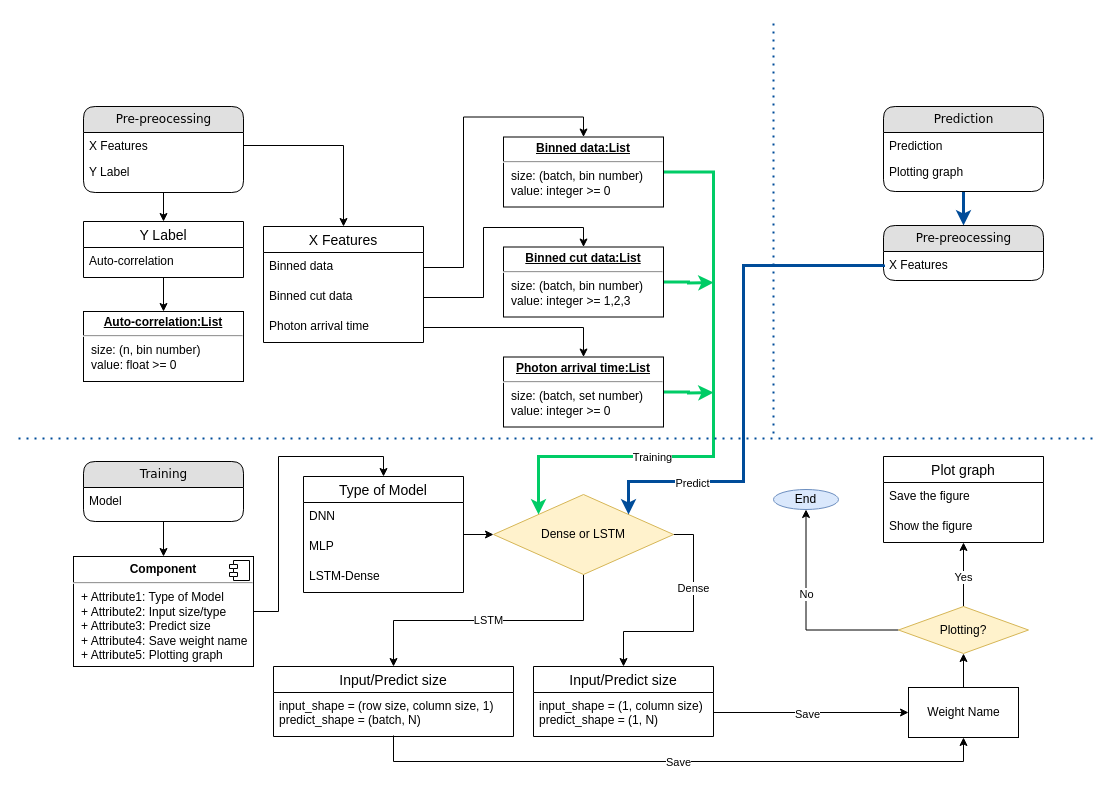
The draw.io diagram Untitled Diagram.drawio in MingNarongthat/FCCS_Prediction, before the edit. Source tidied: cells renumbered, new cells numbered last; positions are measured from the earlier drawing's top-left corner, leaving out a move shared by most shapes. Both pictures are drawn from the tidied source at 100%, with x=0, y=0 at pixel (18, 18).
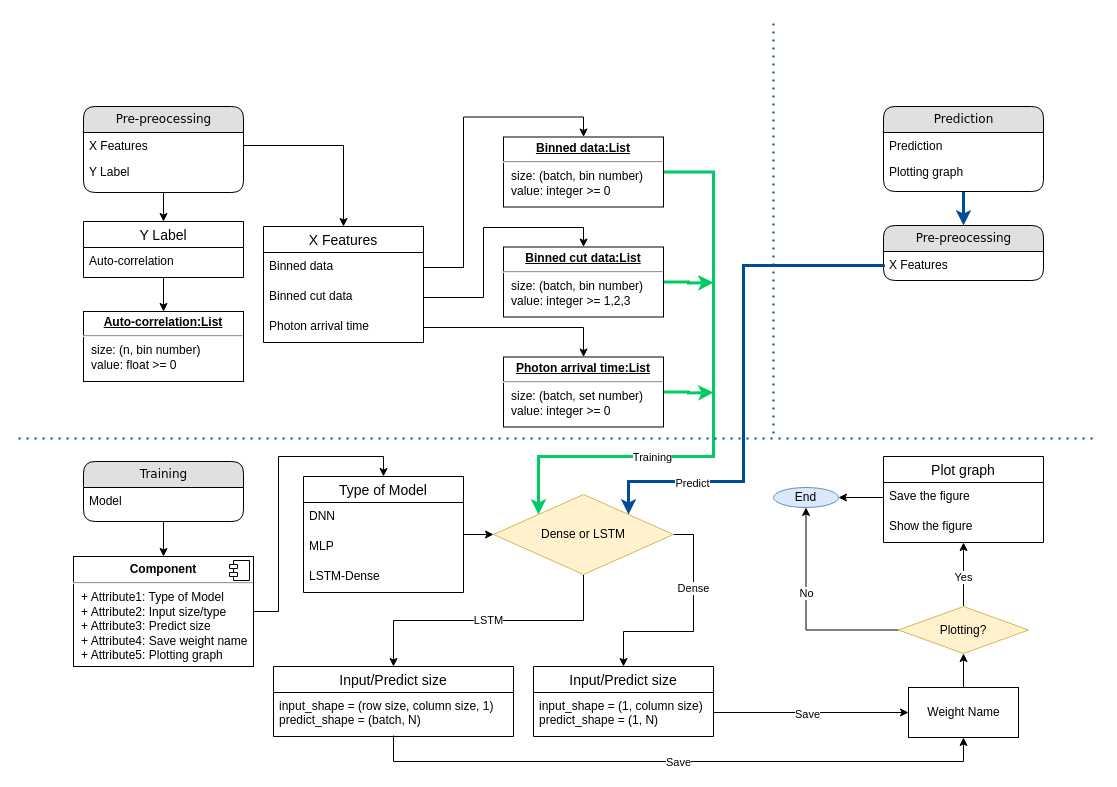
The same diagram, later.

The change refers to these unchanged cells:
```xml
<mxCell id="60" value="Save the figure" style="text;strokeColor=none;fillColor=none;spacingLeft=4;spacingRight=4;overflow=hidden;points=[[0,0.5],[1,0.5]];portConstraint=eastwest;fontSize=12;" parent="59" vertex="1">
  <mxGeometry y="26" width="160" height="30" as="geometry" />
</mxCell>
```

Diff of the diagram source:
```diff
@@
     <mxCell id="58" value="End" style="ellipse;whiteSpace=wrap;html=1;fillColor=#dae8fc;strokeColor=#6c8ebf;" parent="1" vertex="1">
-      <mxGeometry x="755" y="471" width="65" height="20" as="geometry" />
+      <mxGeometry x="755" y="469" width="65" height="20" as="geometry" />
     </mxCell>
@@
+    <mxCell id="68" style="edgeStyle=orthogonalEdgeStyle;rounded=0;jettySize=auto;html=1;exitX=0;exitY=0.5;exitDx=0;exitDy=0;entryX=1;entryY=0.5;entryDx=0;entryDy=0;strokeColor=#000000;strokeWidth=1;" parent="1" edge="1" source="60" target="58">
+      <mxGeometry relative="1" as="geometry" />
+    </mxCell>
```
